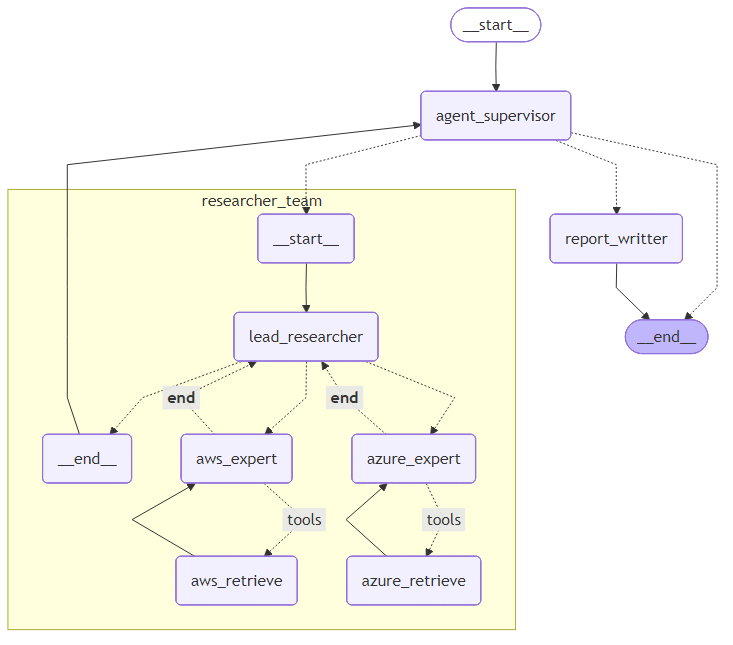
The Mermaid diagram app/graph_diagrams/orchestratorflow.png in EmersonFariaOliveira/AI-Engineering, before a commit. Its source is kept beside it as app/graph_diagrams/orchestratorflow.mmd. Source of this version:
```mermaid
---
config:
  flowchart:
    curve: linear
---
graph TD;
	__start__([<p>__start__</p>]):::first
	agent_supervisor(agent_supervisor)
	report_writter(report_writter)
	__end__([<p>__end__</p>]):::last
	__start__ --> agent_supervisor;
	agent_supervisor -.-> __end__;
	agent_supervisor -.-> report_writter;
	agent_supervisor -.-> researcher_team\3a__start__;
	researcher_team\3a__end__ --> agent_supervisor;
	report_writter --> __end__;
	subgraph researcher_team
	researcher_team\3a__start__(<p>__start__</p>)
	researcher_team\3alead_researcher(lead_researcher)
	researcher_team\3aaws_expert(aws_expert)
	researcher_team\3aaws_retrieve(aws_retrieve)
	researcher_team\3aazure_expert(azure_expert)
	researcher_team\3aazure_retrieve(azure_retrieve)
	researcher_team\3a__end__(<p>__end__</p>)
	researcher_team\3a__start__ --> researcher_team\3alead_researcher;
	researcher_team\3aaws_expert -. &nbsp;tools&nbsp; .-> researcher_team\3aaws_retrieve;
	researcher_team\3aaws_expert -. &nbsp;__end__&nbsp; .-> researcher_team\3alead_researcher;
	researcher_team\3aaws_retrieve --> researcher_team\3aaws_expert;
	researcher_team\3aazure_expert -. &nbsp;tools&nbsp; .-> researcher_team\3aazure_retrieve;
	researcher_team\3aazure_expert -. &nbsp;__end__&nbsp; .-> researcher_team\3alead_researcher;
	researcher_team\3aazure_retrieve --> researcher_team\3aazure_expert;
	researcher_team\3alead_researcher -.-> researcher_team\3a__end__;
	researcher_team\3alead_researcher -.-> researcher_team\3aaws_expert;
	researcher_team\3alead_researcher -.-> researcher_team\3aazure_expert;
	end
	classDef default fill:#f2f0ff,line-height:1.2
	classDef first fill-opacity:0
	classDef last fill:#bfb6fc
```
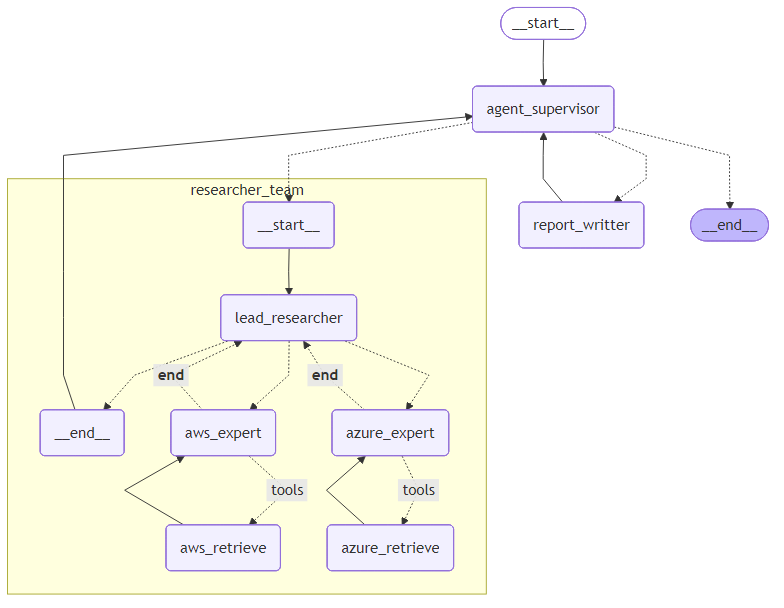
Above is the later version.

The edit, as a diff of the source:
```diff
@@ -12,8 +12,8 @@
 	agent_supervisor -.-> __end__;
 	agent_supervisor -.-> report_writter;
 	agent_supervisor -.-> researcher_team\3a__start__;
+	report_writter --> agent_supervisor;
 	researcher_team\3a__end__ --> agent_supervisor;
-	report_writter --> __end__;
 	subgraph researcher_team
 	researcher_team\3a__start__(<p>__start__</p>)
 	researcher_team\3alead_researcher(lead_researcher)
```
